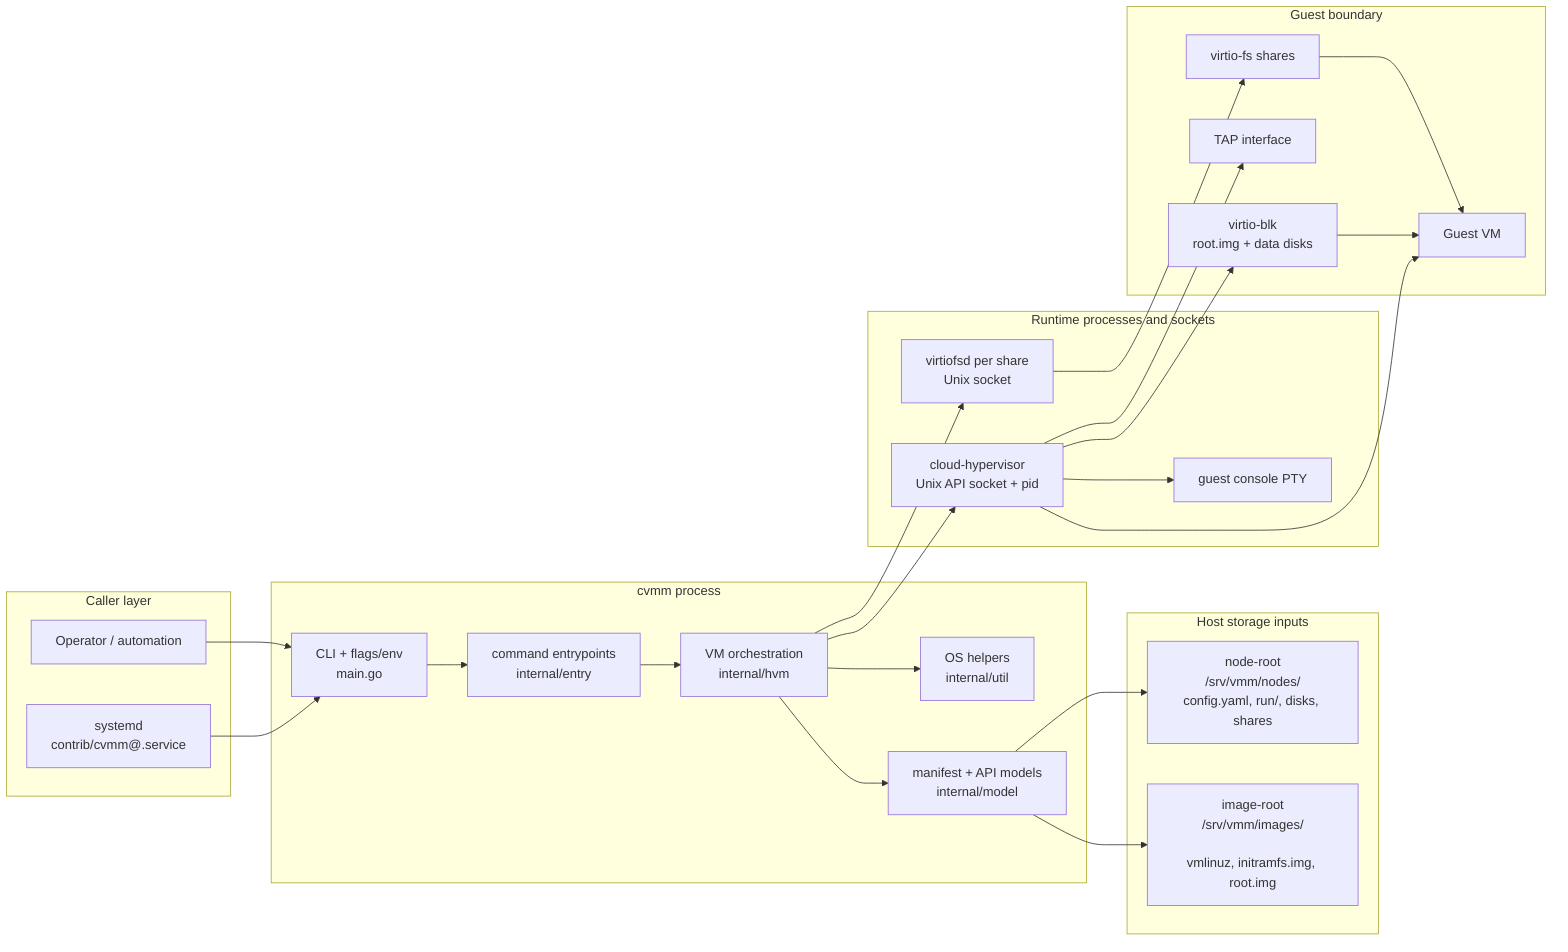
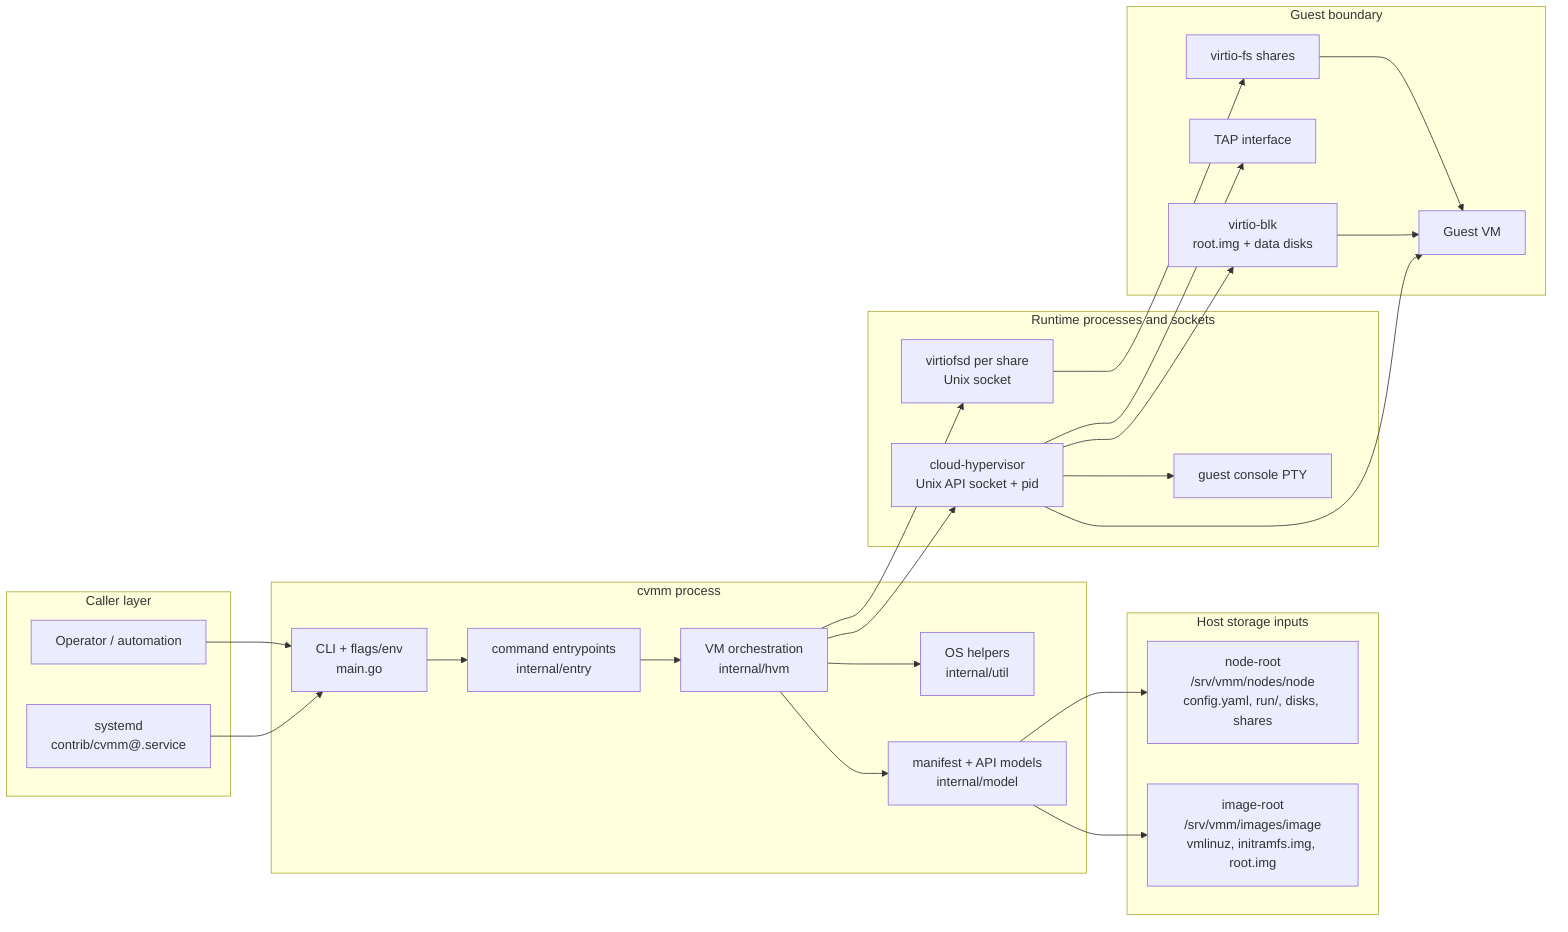
flowchart LR
    subgraph caller["Caller layer"]
        operator["Operator / automation"]
        systemd["systemd\ncontrib/cvmm@.service"]
    end

    subgraph cvmmBox["cvmm process"]
        cli["CLI + flags/env\nmain.go"]
        entry["command entrypoints\ninternal/entry"]
        hvm["VM orchestration\ninternal/hvm"]
        model["manifest + API models\ninternal/model"]
        util["OS helpers\ninternal/util"]
    end

    subgraph storage["Host storage inputs"]
-         images["image-root\n/srv/vmm/images/<image>\nvmlinuz, initramfs.img, root.img"]
-         nodes["node-root\n/srv/vmm/nodes/<node>\nconfig.yaml, run/, disks, shares"]
+         images["image-root\n/srv/vmm/images/image\nvmlinuz, initramfs.img, root.img"]
+         nodes["node-root\n/srv/vmm/nodes/node\nconfig.yaml, run/, disks, shares"]
    end

    subgraph runtime["Runtime processes and sockets"]
        ch["cloud-hypervisor\nUnix API socket + pid"]
        vfs["virtiofsd per share\nUnix socket"]
        pty["guest console PTY"]
    end

    subgraph guestBox["Guest boundary"]
        guest["Guest VM"]
        blk["virtio-blk\nroot.img + data disks"]
        fs["virtio-fs shares"]
        net["TAP interface"]
    end

    operator --> cli
    systemd --> cli
    cli --> entry --> hvm
    hvm --> model
    hvm --> util
    model --> images
    model --> nodes
    hvm --> ch
    hvm --> vfs
    ch --> guest
    ch --> pty
    ch --> blk --> guest
    vfs --> fs --> guest
    ch --> net
